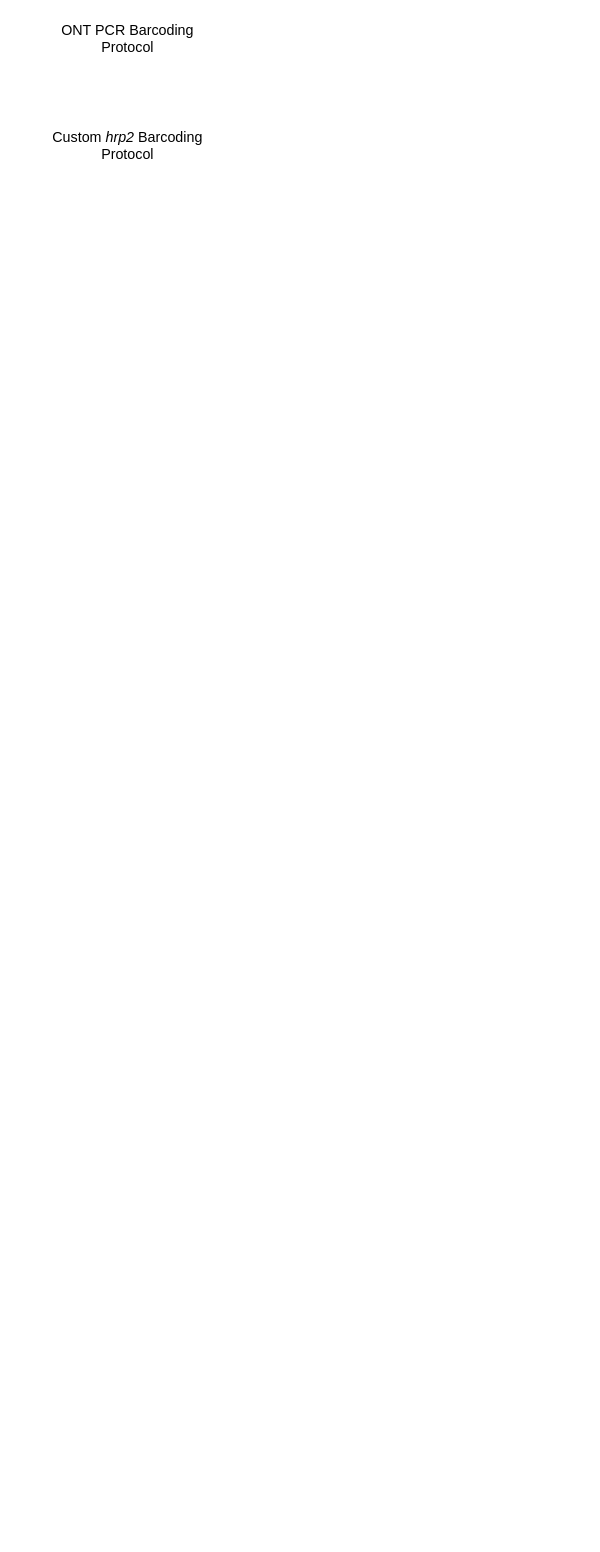
This is 4-reporting/protocol_comparison.drawio from sjsabin/minion_hrp2_project, a draw.io file, before an edit. Source tidied: cells renumbered, new cells numbered last; positions are measured from the earlier drawing's top-left corner, leaving out a move shared by most shapes. Both pictures are drawn from the tidied source at 119%, with x=0, y=0 at pixel (38, 20).
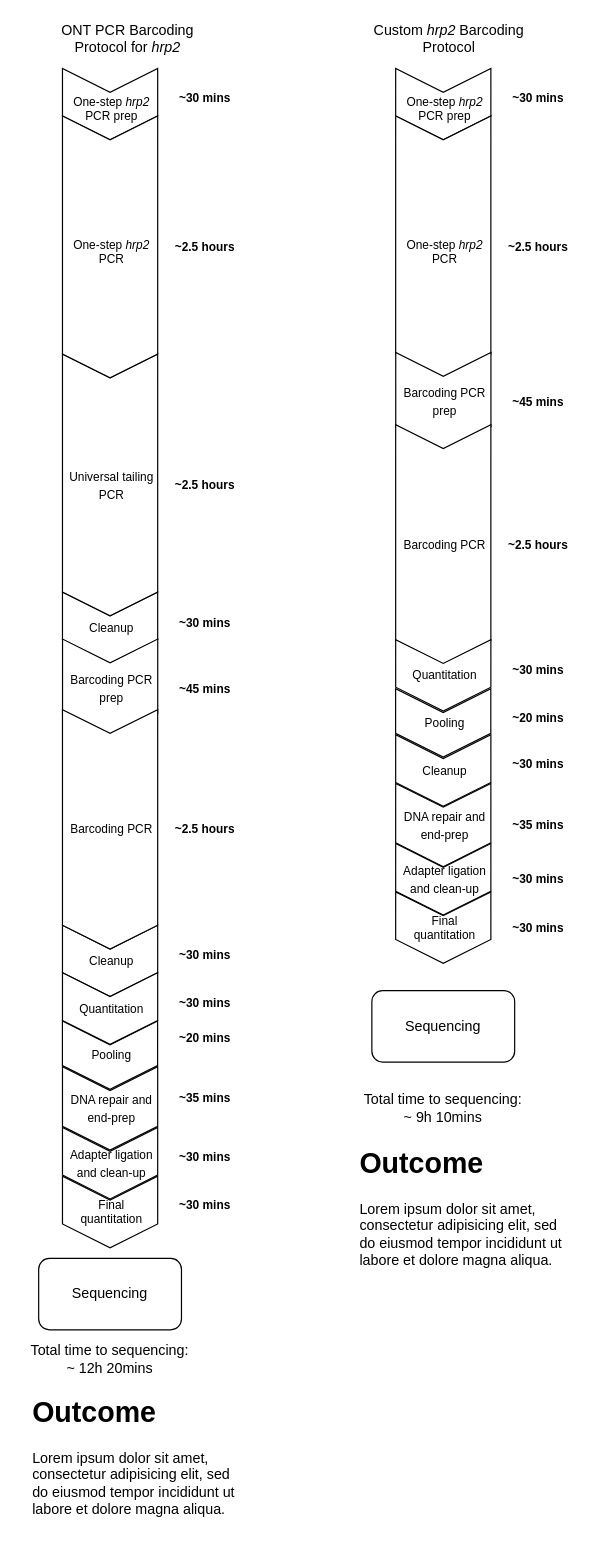
The same diagram, later.

The edit, as a diff of the source:
```diff
@@
-    <mxCell id="2" value="ONT PCR Barcoding Protocol" style="text;html=1;strokeColor=none;fillColor=none;align=center;verticalAlign=middle;whiteSpace=wrap;rounded=0;" parent="1" vertex="1">
+    <mxCell id="2" value="ONT PCR Barcoding Protocol for &lt;i&gt;hrp2&lt;/i&gt;" style="text;html=1;strokeColor=none;fillColor=none;align=center;verticalAlign=middle;whiteSpace=wrap;rounded=0;" parent="1" vertex="1">
       <mxGeometry width="150" height="30" as="geometry" />
     </mxCell>
     <mxCell id="3" value="Custom &lt;i&gt;hrp2 &lt;/i&gt;Barcoding Protocol" style="text;html=1;strokeColor=none;fillColor=none;align=center;verticalAlign=middle;whiteSpace=wrap;rounded=0;" parent="1" vertex="1">
-      <mxGeometry y="90" width="150" height="30" as="geometry" />
+      <mxGeometry x="270" width="150" height="30" as="geometry" />
     </mxCell>
+    <mxCell id="4" value="&lt;div style=&quot;font-size: 10px&quot;&gt;&lt;font style=&quot;font-size: 10px&quot;&gt;One-step &lt;i&gt;hrp2 &lt;/i&gt;PCR prep&lt;/font&gt;&lt;/div&gt;" style="shape=step;perimeter=stepPerimeter;whiteSpace=wrap;html=1;fixedSize=1;rotation=90;horizontal=0;spacingLeft=3;spacing=3;spacingTop=7;" parent="1" vertex="1">
+      <mxGeometry x="30" y="30" width="60" height="80" as="geometry" />
+    </mxCell>
+    <mxCell id="5" value="&lt;div style=&quot;font-size: 10px&quot;&gt;&lt;font style=&quot;font-size: 10px&quot;&gt;Cleanup&lt;/font&gt;&lt;/div&gt;" style="shape=step;perimeter=stepPerimeter;whiteSpace=wrap;html=1;fixedSize=1;rotation=90;horizontal=0;spacingLeft=3;spacing=3;" parent="1" vertex="1">
+      <mxGeometry x="30" y="470" width="60" height="80" as="geometry" />
+    </mxCell>
+    <mxCell id="6" value="&lt;font style=&quot;font-size: 10px&quot;&gt;Barcoding PCR prep&lt;/font&gt;" style="shape=step;perimeter=stepPerimeter;whiteSpace=wrap;html=1;fixedSize=1;rotation=90;horizontal=0;spacingLeft=3;spacing=3;" parent="1" vertex="1">
+      <mxGeometry x="18.8" y="520.8" width="82.5" height="80" as="geometry" />
+    </mxCell>
+    <mxCell id="7" value="&lt;font style=&quot;font-size: 10px&quot;&gt;Cleanup&lt;/font&gt;" style="shape=step;perimeter=stepPerimeter;whiteSpace=wrap;html=1;fixedSize=1;rotation=90;horizontal=0;spacingLeft=3;spacing=3;" parent="1" vertex="1">
+      <mxGeometry x="30" y="750" width="60" height="80" as="geometry" />
+    </mxCell>
+    <mxCell id="8" value="&lt;font style=&quot;font-size: 10px&quot;&gt;Universal tailing PCR&lt;/font&gt;" style="shape=step;perimeter=stepPerimeter;whiteSpace=wrap;html=1;fixedSize=1;rotation=90;horizontal=0;spacingLeft=3;spacing=3;" parent="1" vertex="1">
+      <mxGeometry x="-50" y="350" width="220" height="80" as="geometry" />
+    </mxCell>
+    <mxCell id="9" value="&lt;font style=&quot;font-size: 10px&quot;&gt;Pooling&lt;/font&gt;" style="shape=step;perimeter=stepPerimeter;whiteSpace=wrap;html=1;fixedSize=1;rotation=90;horizontal=0;spacingLeft=3;spacing=3;" parent="1" vertex="1">
+      <mxGeometry x="31.2" y="829.2" width="57.5" height="80" as="geometry" />
+    </mxCell>
+    <mxCell id="10" value="&lt;font style=&quot;font-size: 10px&quot;&gt;DNA repair and end-prep&lt;/font&gt;" style="shape=step;perimeter=stepPerimeter;whiteSpace=wrap;html=1;fixedSize=1;rotation=90;horizontal=0;spacingLeft=3;spacing=3;" parent="1" vertex="1">
+      <mxGeometry x="25" y="874" width="70" height="80" as="geometry" />
+    </mxCell>
+    <mxCell id="11" value="&lt;div style=&quot;font-size: 10px&quot;&gt;&lt;font style=&quot;font-size: 10px&quot;&gt;Final quantitation&lt;/font&gt;&lt;/div&gt;" style="shape=step;perimeter=stepPerimeter;whiteSpace=wrap;html=1;fixedSize=1;rotation=90;horizontal=0;spacingLeft=3;spacing=3;" parent="1" vertex="1">
+      <mxGeometry x="30" y="961" width="60" height="80" as="geometry" />
+    </mxCell>
+    <mxCell id="12" value="Sequencing" style="rounded=1;whiteSpace=wrap;html=1;" parent="1" vertex="1">
+      <mxGeometry y="1040" width="120" height="60" as="geometry" />
+    </mxCell>
+    <mxCell id="13" value="Sequencing" style="rounded=1;whiteSpace=wrap;html=1;" parent="1" vertex="1">
+      <mxGeometry x="280" y="815" width="120" height="60" as="geometry" />
+    </mxCell>
+    <mxCell id="14" value="&lt;div style=&quot;font-size: 10px&quot;&gt;&lt;font style=&quot;font-size: 10px&quot;&gt;One-step &lt;i&gt;hrp2 &lt;/i&gt;PCR&lt;br&gt;&lt;/font&gt;&lt;/div&gt;" style="shape=step;perimeter=stepPerimeter;whiteSpace=wrap;html=1;fixedSize=1;rotation=90;horizontal=0;spacingLeft=3;spacing=3;spacingTop=7;" parent="1" vertex="1">
+      <mxGeometry x="-50" y="150" width="220" height="80" as="geometry" />
+    </mxCell>
+    <mxCell id="15" value="&lt;div style=&quot;font-size: 10px&quot;&gt;&lt;font style=&quot;font-size: 10px&quot;&gt;Barcoding PCR&lt;/font&gt;&lt;/div&gt;" style="shape=step;perimeter=stepPerimeter;whiteSpace=wrap;html=1;fixedSize=1;rotation=90;horizontal=0;spacingLeft=3;spacing=3;" parent="1" vertex="1">
+      <mxGeometry x="-40.6" y="639.4" width="201.2" height="80" as="geometry" />
+    </mxCell>
+    <mxCell id="16" value="&lt;font style=&quot;font-size: 10px&quot;&gt;Quantitation&lt;/font&gt;" style="shape=step;perimeter=stepPerimeter;whiteSpace=wrap;html=1;fixedSize=1;rotation=90;horizontal=0;spacingLeft=3;spacing=3;" parent="1" vertex="1">
+      <mxGeometry x="30" y="790" width="60" height="80" as="geometry" />
+    </mxCell>
+    <mxCell id="17" value="&lt;font style=&quot;font-size: 10px&quot;&gt;Adapter ligation and clean-up&lt;/font&gt;" style="shape=step;perimeter=stepPerimeter;whiteSpace=wrap;html=1;fixedSize=1;rotation=90;horizontal=0;spacingLeft=3;spacing=3;" parent="1" vertex="1">
+      <mxGeometry x="30" y="920" width="60" height="80" as="geometry" />
+    </mxCell>
+    <mxCell id="18" value="&lt;div style=&quot;font-size: 10px&quot;&gt;&lt;font style=&quot;font-size: 10px&quot;&gt;One-step &lt;i&gt;hrp2 &lt;/i&gt;PCR prep&lt;/font&gt;&lt;/div&gt;" style="shape=step;perimeter=stepPerimeter;whiteSpace=wrap;html=1;fixedSize=1;rotation=90;horizontal=0;spacingLeft=3;spacing=3;spacingTop=7;" parent="1" vertex="1">
+      <mxGeometry x="310" y="30" width="60" height="80" as="geometry" />
+    </mxCell>
+    <mxCell id="19" value="&lt;div style=&quot;font-size: 10px&quot;&gt;&lt;font style=&quot;font-size: 10px&quot;&gt;One-step &lt;i&gt;hrp2 &lt;/i&gt;PCR&lt;br&gt;&lt;/font&gt;&lt;/div&gt;" style="shape=step;perimeter=stepPerimeter;whiteSpace=wrap;html=1;fixedSize=1;rotation=90;horizontal=0;spacingLeft=3;spacing=3;spacingTop=7;" parent="1" vertex="1">
+      <mxGeometry x="230" y="150" width="220" height="80" as="geometry" />
+    </mxCell>
+    <mxCell id="20" value="&lt;font style=&quot;font-size: 10px&quot;&gt;Barcoding PCR prep&lt;/font&gt;" style="shape=step;perimeter=stepPerimeter;whiteSpace=wrap;html=1;fixedSize=1;rotation=90;horizontal=0;spacingLeft=3;spacing=3;" parent="1" vertex="1">
+      <mxGeometry x="298.8" y="280" width="82.5" height="80" as="geometry" />
+    </mxCell>
+    <mxCell id="21" value="&lt;div style=&quot;font-size: 10px&quot;&gt;&lt;font style=&quot;font-size: 10px&quot;&gt;Barcoding PCR&lt;/font&gt;&lt;/div&gt;" style="shape=step;perimeter=stepPerimeter;whiteSpace=wrap;html=1;fixedSize=1;rotation=90;horizontal=0;spacingLeft=3;spacing=3;" parent="1" vertex="1">
+      <mxGeometry x="239.4" y="400" width="201.2" height="80" as="geometry" />
+    </mxCell>
+    <mxCell id="22" value="&lt;font style=&quot;font-size: 10px&quot;&gt;Quantitation&lt;/font&gt;" style="shape=step;perimeter=stepPerimeter;whiteSpace=wrap;html=1;fixedSize=1;rotation=90;horizontal=0;spacingLeft=3;spacing=3;" parent="1" vertex="1">
+      <mxGeometry x="310" y="510" width="60" height="80" as="geometry" />
+    </mxCell>
+    <mxCell id="23" value="&lt;font style=&quot;font-size: 10px&quot;&gt;Pooling&lt;/font&gt;" style="shape=step;perimeter=stepPerimeter;whiteSpace=wrap;html=1;fixedSize=1;rotation=90;horizontal=0;spacingLeft=3;spacing=3;" parent="1" vertex="1">
+      <mxGeometry x="311.2" y="550" width="57.5" height="80" as="geometry" />
+    </mxCell>
+    <mxCell id="24" value="&lt;font style=&quot;font-size: 10px&quot;&gt;DNA repair and end-prep&lt;/font&gt;" style="shape=step;perimeter=stepPerimeter;whiteSpace=wrap;html=1;fixedSize=1;rotation=90;horizontal=0;spacingLeft=3;spacing=3;" parent="1" vertex="1">
+      <mxGeometry x="305" y="635.8" width="70" height="80" as="geometry" />
+    </mxCell>
+    <mxCell id="25" value="&lt;font style=&quot;font-size: 10px&quot;&gt;Adapter ligation and clean-up&lt;/font&gt;" style="shape=step;perimeter=stepPerimeter;whiteSpace=wrap;html=1;fixedSize=1;rotation=90;horizontal=0;spacingLeft=3;spacing=3;" parent="1" vertex="1">
+      <mxGeometry x="310" y="681.4" width="60" height="80" as="geometry" />
+    </mxCell>
+    <mxCell id="26" value="&lt;div style=&quot;font-size: 10px&quot;&gt;&lt;font style=&quot;font-size: 10px&quot;&gt;Final quantitation&lt;/font&gt;&lt;/div&gt;" style="shape=step;perimeter=stepPerimeter;whiteSpace=wrap;html=1;fixedSize=1;rotation=90;horizontal=0;spacingLeft=3;spacing=3;" parent="1" vertex="1">
+      <mxGeometry x="310" y="722" width="60" height="80" as="geometry" />
+    </mxCell>
+    <mxCell id="27" value="&lt;b&gt;~30 mins&lt;/b&gt;" style="text;html=1;strokeColor=none;fillColor=none;align=center;verticalAlign=middle;whiteSpace=wrap;rounded=0;fontSize=10;" parent="1" vertex="1">
+      <mxGeometry x="110" y="50" width="60" height="30" as="geometry" />
+    </mxCell>
+    <mxCell id="28" value="&lt;b&gt;~2.5 hours&lt;br&gt;&lt;/b&gt;" style="text;html=1;strokeColor=none;fillColor=none;align=center;verticalAlign=middle;whiteSpace=wrap;rounded=0;fontSize=10;" parent="1" vertex="1">
+      <mxGeometry x="110" y="175" width="60" height="30" as="geometry" />
+    </mxCell>
+    <mxCell id="29" value="&lt;b&gt;~2.5 hours&lt;br&gt;&lt;/b&gt;" style="text;html=1;strokeColor=none;fillColor=none;align=center;verticalAlign=middle;whiteSpace=wrap;rounded=0;fontSize=10;" parent="1" vertex="1">
+      <mxGeometry x="110" y="375" width="60" height="30" as="geometry" />
+    </mxCell>
+    <mxCell id="30" value="&lt;b&gt;~30 mins&lt;/b&gt;" style="text;html=1;strokeColor=none;fillColor=none;align=center;verticalAlign=middle;whiteSpace=wrap;rounded=0;fontSize=10;" parent="1" vertex="1">
+      <mxGeometry x="110" y="490.8" width="60" height="30" as="geometry" />
+    </mxCell>
+    <mxCell id="31" value="&lt;b&gt;~45 mins&lt;/b&gt;" style="text;html=1;strokeColor=none;fillColor=none;align=center;verticalAlign=middle;whiteSpace=wrap;rounded=0;fontSize=10;" parent="1" vertex="1">
+      <mxGeometry x="110" y="545.8" width="60" height="30" as="geometry" />
+    </mxCell>
+    <mxCell id="32" value="&lt;b&gt;~2.5 hours&lt;/b&gt;" style="text;html=1;strokeColor=none;fillColor=none;align=center;verticalAlign=middle;whiteSpace=wrap;rounded=0;fontSize=10;" parent="1" vertex="1">
+      <mxGeometry x="110" y="664.4" width="60" height="30" as="geometry" />
+    </mxCell>
+    <mxCell id="33" value="&lt;b&gt;~30 mins&lt;/b&gt;" style="text;html=1;strokeColor=none;fillColor=none;align=center;verticalAlign=middle;whiteSpace=wrap;rounded=0;fontSize=10;" parent="1" vertex="1">
+      <mxGeometry x="110" y="770" width="60" height="30" as="geometry" />
+    </mxCell>
+    <mxCell id="34" value="&lt;b&gt;~30 mins&lt;/b&gt;" style="text;html=1;strokeColor=none;fillColor=none;align=center;verticalAlign=middle;whiteSpace=wrap;rounded=0;fontSize=10;" parent="1" vertex="1">
+      <mxGeometry x="110" y="810" width="60" height="30" as="geometry" />
+    </mxCell>
+    <mxCell id="35" value="&lt;b&gt;~20 mins&lt;/b&gt;" style="text;html=1;strokeColor=none;fillColor=none;align=center;verticalAlign=middle;whiteSpace=wrap;rounded=0;fontSize=10;" parent="1" vertex="1">
+      <mxGeometry x="110" y="840" width="60" height="30" as="geometry" />
+    </mxCell>
+    <mxCell id="36" value="&lt;b&gt;~35 mins&lt;/b&gt;" style="text;html=1;strokeColor=none;fillColor=none;align=center;verticalAlign=middle;whiteSpace=wrap;rounded=0;fontSize=10;" parent="1" vertex="1">
+      <mxGeometry x="110" y="890" width="60" height="30" as="geometry" />
+    </mxCell>
+    <mxCell id="37" value="&lt;b&gt;~30 mins&lt;/b&gt;" style="text;html=1;strokeColor=none;fillColor=none;align=center;verticalAlign=middle;whiteSpace=wrap;rounded=0;fontSize=10;" parent="1" vertex="1">
+      <mxGeometry x="110" y="940" width="60" height="30" as="geometry" />
+    </mxCell>
+    <mxCell id="38" value="&lt;b&gt;~30 mins&lt;/b&gt;" style="text;html=1;strokeColor=none;fillColor=none;align=center;verticalAlign=middle;whiteSpace=wrap;rounded=0;fontSize=10;" parent="1" vertex="1">
+      <mxGeometry x="110" y="980" width="60" height="30" as="geometry" />
+    </mxCell>
+    <mxCell id="39" value="&lt;b&gt;~30 mins&lt;/b&gt;" style="text;html=1;strokeColor=none;fillColor=none;align=center;verticalAlign=middle;whiteSpace=wrap;rounded=0;fontSize=10;" parent="1" vertex="1">
+      <mxGeometry x="390" y="50" width="60" height="30" as="geometry" />
+    </mxCell>
+    <mxCell id="40" value="&lt;b&gt;~2.5 hours&lt;br&gt;&lt;/b&gt;" style="text;html=1;strokeColor=none;fillColor=none;align=center;verticalAlign=middle;whiteSpace=wrap;rounded=0;fontSize=10;" parent="1" vertex="1">
+      <mxGeometry x="390" y="175" width="60" height="30" as="geometry" />
+    </mxCell>
+    <mxCell id="41" value="&lt;b&gt;~45 mins&lt;/b&gt;" style="text;html=1;strokeColor=none;fillColor=none;align=center;verticalAlign=middle;whiteSpace=wrap;rounded=0;fontSize=10;" parent="1" vertex="1">
+      <mxGeometry x="390" y="305" width="60" height="30" as="geometry" />
+    </mxCell>
+    <mxCell id="42" value="&lt;b&gt;~2.5 hours&lt;br&gt;&lt;/b&gt;" style="text;html=1;strokeColor=none;fillColor=none;align=center;verticalAlign=middle;whiteSpace=wrap;rounded=0;fontSize=10;" parent="1" vertex="1">
+      <mxGeometry x="390" y="425" width="60" height="30" as="geometry" />
+    </mxCell>
+    <mxCell id="43" value="&lt;b&gt;~30 mins&lt;/b&gt;" style="text;html=1;strokeColor=none;fillColor=none;align=center;verticalAlign=middle;whiteSpace=wrap;rounded=0;fontSize=10;" parent="1" vertex="1">
+      <mxGeometry x="390" y="530" width="60" height="30" as="geometry" />
+    </mxCell>
+    <mxCell id="44" value="&lt;b&gt;~20 mins&lt;/b&gt;" style="text;html=1;strokeColor=none;fillColor=none;align=center;verticalAlign=middle;whiteSpace=wrap;rounded=0;fontSize=10;" parent="1" vertex="1">
+      <mxGeometry x="390" y="570.8" width="60" height="30" as="geometry" />
+    </mxCell>
+    <mxCell id="45" value="&lt;font style=&quot;font-size: 10px&quot;&gt;Cleanup&lt;/font&gt;" style="shape=step;perimeter=stepPerimeter;whiteSpace=wrap;html=1;fixedSize=1;rotation=90;horizontal=0;spacingLeft=3;spacing=3;" parent="1" vertex="1">
+      <mxGeometry x="310" y="590" width="60" height="80" as="geometry" />
+    </mxCell>
+    <mxCell id="46" value="&lt;b&gt;~30 mins&lt;/b&gt;" style="text;html=1;strokeColor=none;fillColor=none;align=center;verticalAlign=middle;whiteSpace=wrap;rounded=0;fontSize=10;" parent="1" vertex="1">
+      <mxGeometry x="390" y="609.4" width="60" height="30" as="geometry" />
+    </mxCell>
+    <mxCell id="47" value="&lt;b&gt;~35 mins&lt;/b&gt;" style="text;html=1;strokeColor=none;fillColor=none;align=center;verticalAlign=middle;whiteSpace=wrap;rounded=0;fontSize=10;" parent="1" vertex="1">
+      <mxGeometry x="390" y="660.8" width="60" height="30" as="geometry" />
+    </mxCell>
+    <mxCell id="48" value="&lt;b&gt;~30 mins&lt;/b&gt;" style="text;html=1;strokeColor=none;fillColor=none;align=center;verticalAlign=middle;whiteSpace=wrap;rounded=0;fontSize=10;" parent="1" vertex="1">
+      <mxGeometry x="390" y="706.4" width="60" height="30" as="geometry" />
+    </mxCell>
+    <mxCell id="49" value="&lt;b&gt;~30 mins&lt;/b&gt;" style="text;html=1;strokeColor=none;fillColor=none;align=center;verticalAlign=middle;whiteSpace=wrap;rounded=0;fontSize=10;" parent="1" vertex="1">
+      <mxGeometry x="390" y="747" width="60" height="30" as="geometry" />
+    </mxCell>
+    <mxCell id="50" value="&lt;div&gt;Total time to sequencing:&lt;/div&gt;&lt;div&gt;~ 12h 20mins&lt;br&gt;&lt;/div&gt;" style="text;html=1;strokeColor=none;fillColor=none;align=center;verticalAlign=middle;whiteSpace=wrap;rounded=0;" parent="1" vertex="1">
+      <mxGeometry x="-15" y="1110" width="150" height="30" as="geometry" />
+    </mxCell>
+    <mxCell id="51" value="&lt;div&gt;Total time to sequencing:&lt;/div&gt;&lt;div&gt;~ 9h 10mins&lt;br&gt;&lt;/div&gt;" style="text;html=1;strokeColor=none;fillColor=none;align=center;verticalAlign=middle;whiteSpace=wrap;rounded=0;" parent="1" vertex="1">
+      <mxGeometry x="265" y="899" width="150" height="30" as="geometry" />
+    </mxCell>
+    <mxCell id="52" value="&lt;h1&gt;Outcome&lt;/h1&gt;&lt;p&gt;Lorem ipsum dolor sit amet, consectetur adipisicing elit, sed do eiusmod tempor incididunt ut labore et dolore magna aliqua.&lt;/p&gt;" style="text;html=1;strokeColor=none;fillColor=none;spacing=5;spacingTop=-20;whiteSpace=wrap;overflow=hidden;rounded=0;fontSize=12;" parent="1" vertex="1">
+      <mxGeometry x="-10" y="1150" width="190" height="120" as="geometry" />
+    </mxCell>
+    <mxCell id="53" value="&lt;h1&gt;Outcome&lt;/h1&gt;&lt;p&gt;Lorem ipsum dolor sit amet, consectetur adipisicing elit, sed do eiusmod tempor incididunt ut labore et dolore magna aliqua.&lt;/p&gt;" style="text;html=1;strokeColor=none;fillColor=none;spacing=5;spacingTop=-20;whiteSpace=wrap;overflow=hidden;rounded=0;fontSize=12;" parent="1" vertex="1">
+      <mxGeometry x="265" y="941" width="190" height="120" as="geometry" />
+    </mxCell>
```
